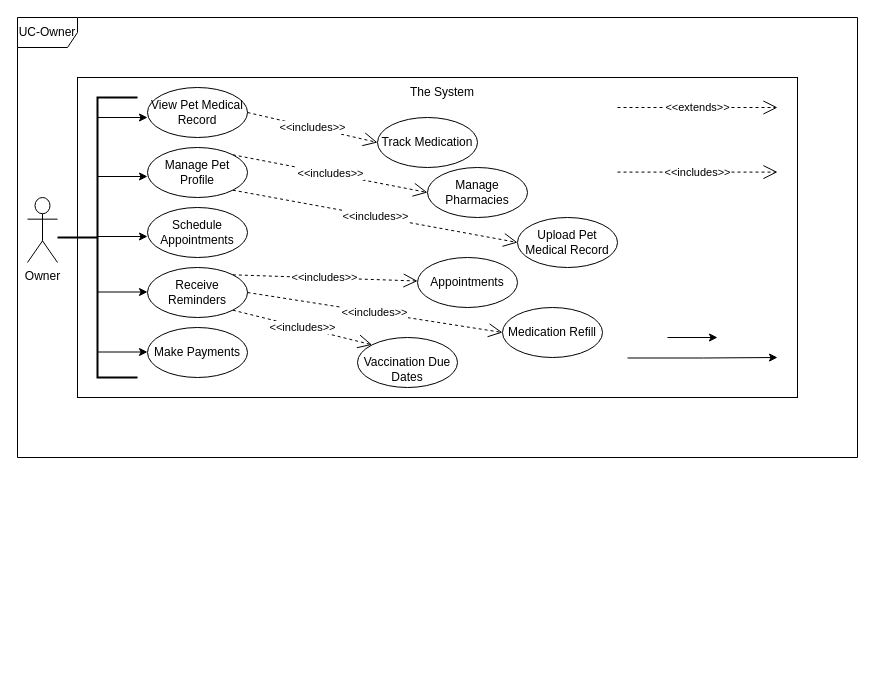
Earlier version of the draw.io diagram page "UseCaseDiagram" (2 of 2) of petHealth.drawio (calmworld/SystemDesign). Source tidied: cells renumbered, new cells numbered last; positions are measured from the earlier drawing's top-left corner, leaving out a move shared by most shapes. Both pictures are drawn from the tidied source at 100%, with x=0, y=0 at pixel (17, 17).
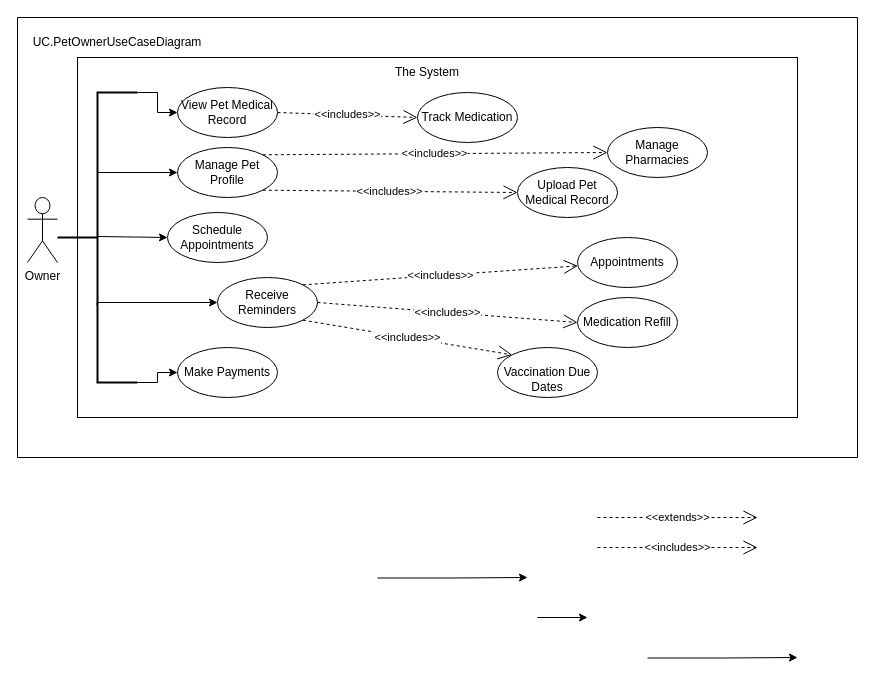
The same diagram, later.

Diff of the diagram source:
```diff
@@
     <mxCell id="2" style="whiteSpace=wrap;html=1;" parent="1" vertex="1">
-      <mxGeometry x="60" y="60" width="720" height="320" as="geometry" />
+      <mxGeometry x="60" y="40" width="720" height="360" as="geometry" />
     </mxCell>
-    <mxCell id="3" value="UC-Owner" style="shape=umlFrame;whiteSpace=wrap;html=1;" parent="1" vertex="1">
-      <mxGeometry width="840" height="440" as="geometry" />
-    </mxCell>
@@
     <mxCell id="5" value="View Pet Medical Record" style="ellipse;whiteSpace=wrap;html=1;align=center;" parent="1" vertex="1">
-      <mxGeometry x="130" y="70" width="100" height="50" as="geometry" />
+      <mxGeometry x="160" y="70" width="100" height="50" as="geometry" />
     </mxCell>
+    <mxCell id="33" style="edgeStyle=orthogonalEdgeStyle;rounded=0;jettySize=auto;html=1;exitX=1;exitY=0;exitDx=0;exitDy=0;exitPerimeter=0;entryX=0;entryY=0.5;entryDx=0;entryDy=0;" parent="1" edge="1" source="6" target="5">
+      <mxGeometry relative="1" as="geometry">
+        <Array as="points">
+          <mxPoint x="140" y="75" />
+          <mxPoint x="140" y="95" />
+        </Array>
+      </mxGeometry>
+    </mxCell>
+    <mxCell id="34" style="edgeStyle=orthogonalEdgeStyle;rounded=0;jettySize=auto;html=1;exitX=1;exitY=1;exitDx=0;exitDy=0;exitPerimeter=0;entryX=0;entryY=0.5;entryDx=0;entryDy=0;" parent="1" edge="1" source="6" target="13">
+      <mxGeometry relative="1" as="geometry">
+        <Array as="points">
+          <mxPoint x="140" y="365" />
+          <mxPoint x="140" y="355" />
+        </Array>
+      </mxGeometry>
+    </mxCell>
     <mxCell id="6" style="strokeWidth=2;html=1;shape=mxgraph.flowchart.annotation_2;align=left;labelPosition=right;" parent="1" vertex="1">
-      <mxGeometry x="40" y="80" width="80" height="280" as="geometry" />
+      <mxGeometry x="40" y="75" width="80" height="290" as="geometry" />
     </mxCell>
     <mxCell id="7" value="Track Medication" style="ellipse;whiteSpace=wrap;html=1;" parent="1" vertex="1">
-      <mxGeometry x="360" y="100" width="100" height="50" as="geometry" />
+      <mxGeometry x="400" y="75" width="100" height="50" as="geometry" />
     </mxCell>
     <mxCell id="8" value="Manage Pet Profile" style="ellipse;whiteSpace=wrap;html=1;" parent="1" vertex="1">
-      <mxGeometry x="130" y="130" width="100" height="50" as="geometry" />
+      <mxGeometry x="160" y="130" width="100" height="50" as="geometry" />
     </mxCell>
     <mxCell id="9" value="Schedule Appointments" style="ellipse;whiteSpace=wrap;html=1;" parent="1" vertex="1">
-      <mxGeometry x="130" y="190" width="100" height="50" as="geometry" />
+      <mxGeometry x="150" y="195" width="100" height="50" as="geometry" />
     </mxCell>
     <mxCell id="10" value="Receive Reminders" style="ellipse;whiteSpace=wrap;html=1;" parent="1" vertex="1">
-      <mxGeometry x="130" y="250" width="100" height="50" as="geometry" />
+      <mxGeometry x="200" y="260" width="100" height="50" as="geometry" />
     </mxCell>
     <mxCell id="11" value="Manage Pharmacies" style="ellipse;whiteSpace=wrap;html=1;" parent="1" vertex="1">
-      <mxGeometry x="410" y="150" width="100" height="50" as="geometry" />
+      <mxGeometry x="590" y="110" width="100" height="50" as="geometry" />
     </mxCell>
     <mxCell id="12" value="Upload Pet Medical Record" style="ellipse;whiteSpace=wrap;html=1;" parent="1" vertex="1">
-      <mxGeometry x="500" y="200" width="100" height="50" as="geometry" />
+      <mxGeometry x="500" y="150" width="100" height="50" as="geometry" />
     </mxCell>
     <mxCell id="13" value="Make Payments" style="ellipse;whiteSpace=wrap;html=1;" parent="1" vertex="1">
-      <mxGeometry x="130" y="310" width="100" height="50" as="geometry" />
+      <mxGeometry x="160" y="330" width="100" height="50" as="geometry" />
     </mxCell>
     <mxCell id="14" style="edgeStyle=orthogonalEdgeStyle;rounded=0;orthogonalLoop=1;jettySize=auto;html=1;entryX=0;entryY=0.5;entryDx=0;entryDy=0;" parent="1" edge="1">
       <mxGeometry relative="1" as="geometry">
-        <mxPoint x="610" y="340.5" as="sourcePoint" />
-        <mxPoint x="760" y="340" as="targetPoint" />
+        <mxPoint x="630" y="640.5" as="sourcePoint" />
+        <mxPoint x="780" y="640" as="targetPoint" />
         <Array as="points">
-          <mxPoint x="686" y="341" />
+          <mxPoint x="706" y="641" />
         </Array>
       </mxGeometry>
     </mxCell>
-    <mxCell id="15" style="edgeStyle=orthogonalEdgeStyle;rounded=0;orthogonalLoop=1;jettySize=auto;html=1;" parent="1" edge="1">
-      <mxGeometry relative="1" as="geometry">
-        <mxPoint x="80" y="100" as="sourcePoint" />
-        <mxPoint x="130" y="100" as="targetPoint" />
-        <Array as="points">
-          <mxPoint x="80" y="100" />
-        </Array>
-      </mxGeometry>
-    </mxCell>
-    <mxCell id="16" style="edgeStyle=orthogonalEdgeStyle;rounded=0;orthogonalLoop=1;jettySize=auto;html=1;" parent="1" edge="1">
+    <mxCell id="16" style="edgeStyle=orthogonalEdgeStyle;rounded=0;jettySize=auto;html=1;entryX=0;entryY=0.5;entryDx=0;entryDy=0;" parent="1" edge="1" target="8">
       <mxGeometry relative="1" as="geometry">
         <mxPoint x="80" y="159" as="sourcePoint" />
-        <mxPoint x="130" y="159" as="targetPoint" />
         <Array as="points">
-          <mxPoint x="80" y="159" />
+          <mxPoint x="80" y="155" />
         </Array>
       </mxGeometry>
     </mxCell>
-    <mxCell id="17" style="edgeStyle=orthogonalEdgeStyle;rounded=0;orthogonalLoop=1;jettySize=auto;html=1;" parent="1" edge="1">
+    <mxCell id="17" style="edgeStyle=orthogonalEdgeStyle;rounded=0;jettySize=auto;html=1;entryX=0;entryY=0.5;entryDx=0;entryDy=0;" parent="1" edge="1" target="9">
       <mxGeometry relative="1" as="geometry">
         <mxPoint x="80" y="219" as="sourcePoint" />
-        <mxPoint x="130" y="219" as="targetPoint" />
-        <Array as="points">
-          <mxPoint x="80" y="219" />
-        </Array>
       </mxGeometry>
     </mxCell>
-    <mxCell id="18" style="edgeStyle=orthogonalEdgeStyle;rounded=0;orthogonalLoop=1;jettySize=auto;html=1;" parent="1" edge="1">
+    <mxCell id="18" style="edgeStyle=orthogonalEdgeStyle;rounded=0;jettySize=auto;html=1;entryX=0;entryY=0.5;entryDx=0;entryDy=0;exitX=0.494;exitY=0.734;exitDx=0;exitDy=0;exitPerimeter=0;" parent="1" edge="1" source="6" target="10">
       <mxGeometry relative="1" as="geometry">
-        <mxPoint x="80" y="274.5" as="sourcePoint" />
-        <mxPoint x="130" y="274.5" as="targetPoint" />
         <Array as="points">
-          <mxPoint x="80" y="274.5" />
+          <mxPoint x="80" y="285" />
         </Array>
       </mxGeometry>
     </mxCell>
-    <mxCell id="19" style="edgeStyle=orthogonalEdgeStyle;rounded=0;orthogonalLoop=1;jettySize=auto;html=1;" parent="1" edge="1">
-      <mxGeometry relative="1" as="geometry">
-        <mxPoint x="650" y="320" as="sourcePoint" />
-        <mxPoint x="700" y="320" as="targetPoint" />
-        <Array as="points">
-          <mxPoint x="650" y="320" />
-        </Array>
-      </mxGeometry>
-    </mxCell>
-    <mxCell id="20" style="edgeStyle=orthogonalEdgeStyle;rounded=0;orthogonalLoop=1;jettySize=auto;html=1;" parent="1" edge="1">
-      <mxGeometry relative="1" as="geometry">
-        <mxPoint x="80" y="334.5" as="sourcePoint" />
-        <mxPoint x="130" y="334.5" as="targetPoint" />
-        <Array as="points">
-          <mxPoint x="80" y="334.5" />
-        </Array>
-      </mxGeometry>
-    </mxCell>
     <mxCell id="21" value="The System" style="text;html=1;align=center;verticalAlign=middle;whiteSpace=wrap;rounded=0;" parent="1" vertex="1">
-      <mxGeometry x="365" y="60" width="120" height="30" as="geometry" />
+      <mxGeometry x="350" y="40" width="120" height="30" as="geometry" />
     </mxCell>
     <mxCell id="22" value="Appointments" style="ellipse;whiteSpace=wrap;html=1;" parent="1" vertex="1">
-      <mxGeometry x="400" y="240" width="100" height="50" as="geometry" />
+      <mxGeometry x="560" y="220" width="100" height="50" as="geometry" />
     </mxCell>
     <mxCell id="23" value="&amp;lt;&amp;lt;includes&amp;gt;&amp;gt;" style="endArrow=open;endSize=12;dashed=1;html=1;rounded=0;" parent="1" edge="1">
       <mxGeometry relative="1" as="geometry">
-        <mxPoint x="600" y="154.6" as="sourcePoint" />
-        <mxPoint x="760" y="154.6" as="targetPoint" />
+        <mxPoint x="580" y="530" as="sourcePoint" />
+        <mxPoint x="740" y="530" as="targetPoint" />
       </mxGeometry>
     </mxCell>
     <mxCell id="24" value="&amp;lt;&amp;lt;extends&amp;gt;&amp;gt;" style="endArrow=open;endSize=12;dashed=1;html=1;rounded=0;" parent="1" edge="1">
       <mxGeometry relative="1" as="geometry">
-        <mxPoint x="600" y="90" as="sourcePoint" />
-        <mxPoint x="760" y="90" as="targetPoint" />
+        <mxPoint x="580" y="500" as="sourcePoint" />
+        <mxPoint x="740" y="500" as="targetPoint" />
       </mxGeometry>
     </mxCell>
@@
     <mxCell id="27" value="Medication Refill" style="ellipse;whiteSpace=wrap;html=1;" parent="1" vertex="1">
-      <mxGeometry x="485" y="290" width="100" height="50" as="geometry" />
+      <mxGeometry x="560" y="280" width="100" height="50" as="geometry" />
     </mxCell>
     <mxCell id="28" value="&lt;br&gt;&lt;div style=&quot;&quot;&gt;Vaccination Due Dates&lt;/div&gt;" style="ellipse;whiteSpace=wrap;html=1;" parent="1" vertex="1">
-      <mxGeometry x="340" y="320" width="100" height="50" as="geometry" />
+      <mxGeometry x="480" y="330" width="100" height="50" as="geometry" />
     </mxCell>
@@
+    <mxCell id="35" style="edgeStyle=orthogonalEdgeStyle;rounded=0;orthogonalLoop=1;jettySize=auto;html=1;" parent="1" edge="1">
+      <mxGeometry relative="1" as="geometry">
+        <mxPoint x="520" y="600" as="sourcePoint" />
+        <mxPoint x="570" y="600" as="targetPoint" />
+        <Array as="points">
+          <mxPoint x="520" y="600" />
+        </Array>
+      </mxGeometry>
+    </mxCell>
+    <mxCell id="36" style="edgeStyle=orthogonalEdgeStyle;rounded=0;orthogonalLoop=1;jettySize=auto;html=1;entryX=0;entryY=0.5;entryDx=0;entryDy=0;" parent="1" edge="1">
+      <mxGeometry relative="1" as="geometry">
+        <mxPoint x="360" y="560.5" as="sourcePoint" />
+        <mxPoint x="510" y="560" as="targetPoint" />
+        <Array as="points">
+          <mxPoint x="436" y="561" />
+        </Array>
+      </mxGeometry>
+    </mxCell>
+    <mxCell id="37" style="swimlane;startSize=0;" parent="1" vertex="1">
+      <mxGeometry width="840" height="440" as="geometry" />
+    </mxCell>
+    <mxCell id="38" value="UC.PetOwnerUseCaseDiagram" style="text;html=1;align=center;verticalAlign=middle;whiteSpace=wrap;rounded=0;" parent="37" vertex="1">
+      <mxGeometry x="10" y="10" width="180" height="30" as="geometry" />
+    </mxCell>
```
